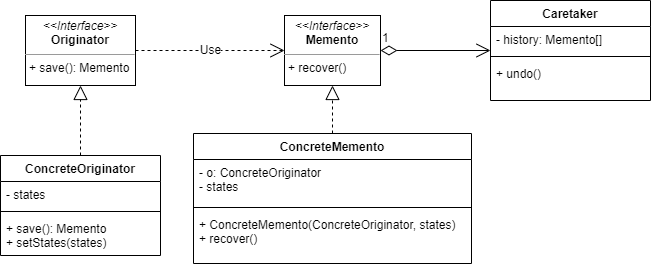
Above: docs/resource/design_pattern/memento_interface.drawio.png in DeathKnightH/blog-src (draw.io), before the change. Source tidied: cells renumbered, new cells last; positions are measured from the earlier drawing's top-left corner, leaving out a move shared by most shapes.
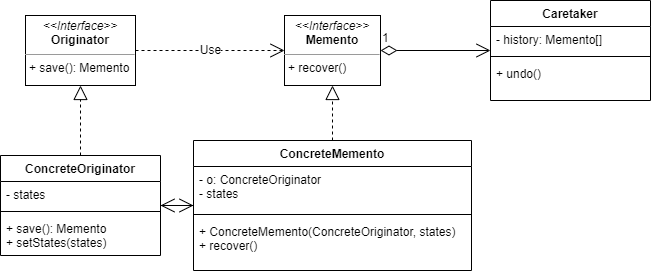
Above is the later version.

Change to the diagram source:
```diff
@@ -9,7 +9,7 @@
       <mxGeometry x="284" y="15" width="96" height="70" as="geometry" />
     </mxCell>
     <mxCell id="4" value="ConcreteMemento" style="swimlane;fontStyle=1;align=center;verticalAlign=top;horizontal=1;startSize=26;" parent="1" vertex="1">
-      <mxGeometry x="193" y="133" width="278" height="130" as="geometry" />
+      <mxGeometry x="193" y="140" width="278" height="130" as="geometry" />
     </mxCell>
     <mxCell id="5" value="- o: ConcreteOriginator&#10;- states" style="text;strokeColor=none;fillColor=none;align=left;verticalAlign=top;spacingLeft=4;spacingRight=4;overflow=hidden;" parent="4" vertex="1">
       <mxGeometry y="26" width="278" height="44" as="geometry" />
@@ -56,5 +56,11 @@
     <mxCell id="19" value="+ undo()" style="text;strokeColor=none;fillColor=none;align=left;verticalAlign=top;spacingLeft=4;spacingRight=4;overflow=hidden;" parent="16" vertex="1">
       <mxGeometry y="60" width="160" height="40" as="geometry" />
     </mxCell>
+    <mxCell id="20" style="endArrow=open;endFill=1;endSize=12;html=1;rounded=0;" parent="1" edge="1" source="8" target="4">
+      <mxGeometry relative="1" as="geometry" />
+    </mxCell>
+    <mxCell id="21" style="endArrow=open;endFill=1;endSize=12;html=1;rounded=0;" parent="1" edge="1" source="4" target="8">
+      <mxGeometry relative="1" as="geometry" />
+    </mxCell>
   </root>
 </mxGraphModel>
```
